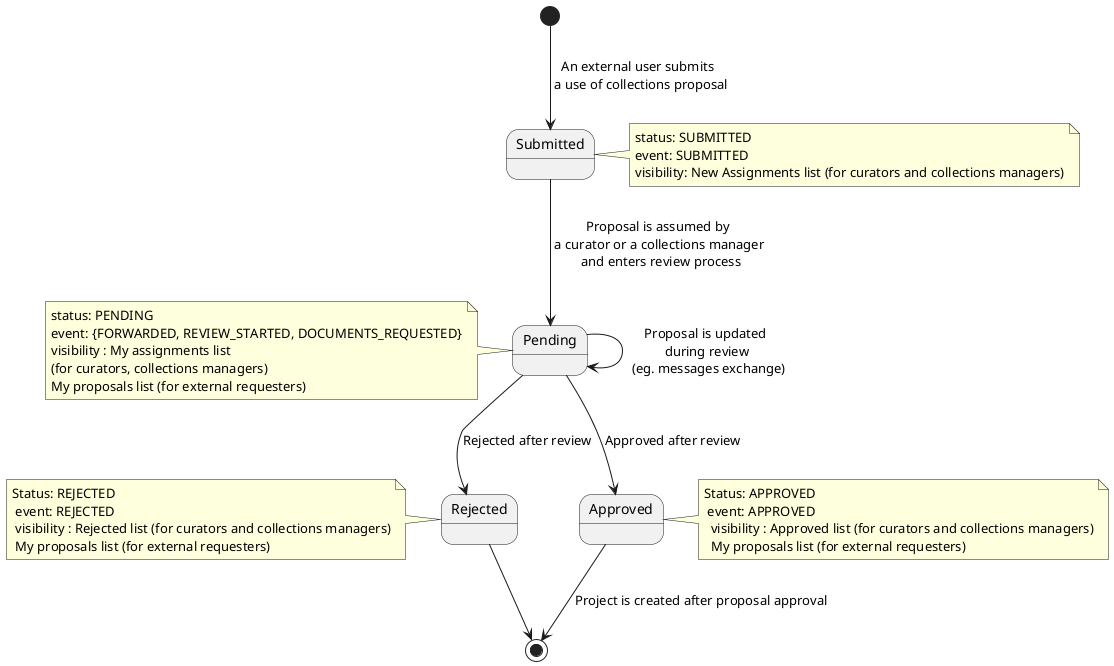
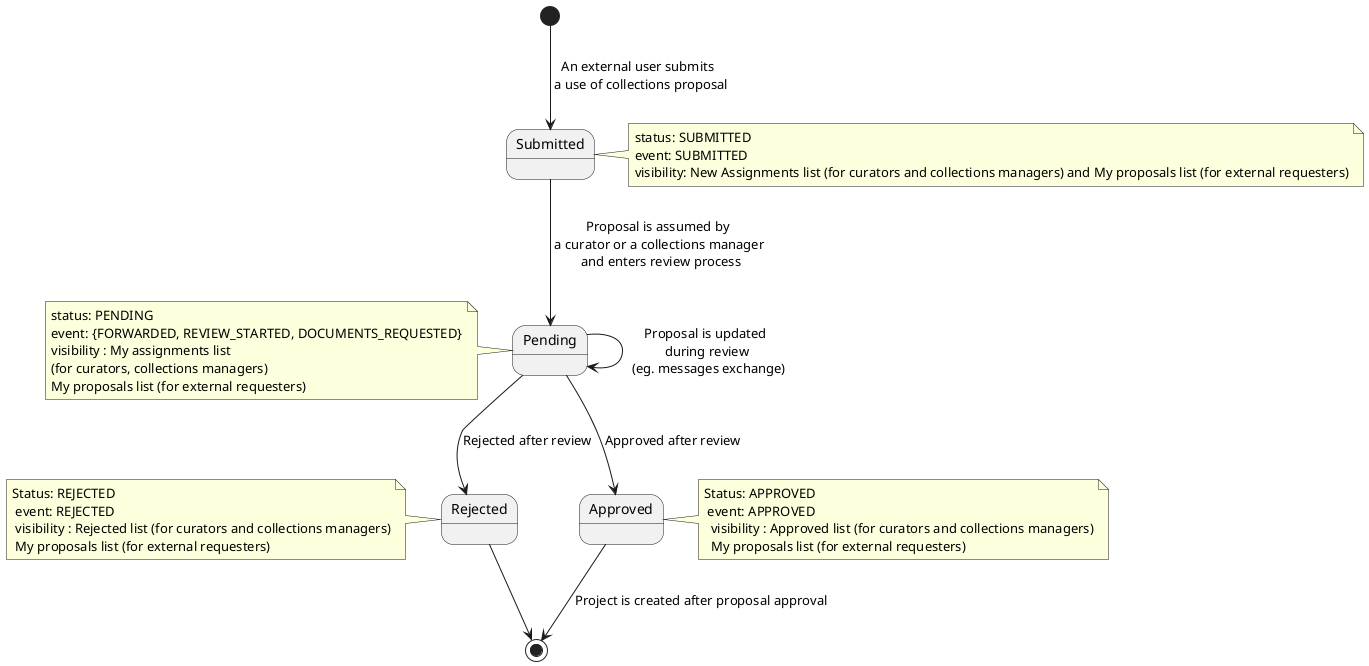
@startuml

  [*] --> Submitted : An external user submits \n a use of collections proposal
  note right of Submitted
    status: SUBMITTED
    event: SUBMITTED
-     visibility: New Assignments list (for curators and collections managers)
+     visibility: New Assignments list (for curators and collections managers) and My proposals list (for external requesters)
  end note

  Submitted --> Pending : Proposal is assumed by \n a curator or a collections manager \n and enters review process
  note left of Pending
      status: PENDING
      event: {FORWARDED, REVIEW_STARTED, DOCUMENTS_REQUESTED}
      visibility : My assignments list
      (for curators, collections managers)
      My proposals list (for external requesters)
   end note

  Pending --> Pending : Proposal is updated \n during review \n (eg. messages exchange)
  Pending --> Rejected : Rejected after review
  note left of Rejected
      Status: REJECTED
       event: REJECTED
       visibility : Rejected list (for curators and collections managers)
       My proposals list (for external requesters)
    end note

  Pending --> Approved : Approved after review
   note right of Approved
      Status: APPROVED
       event: APPROVED
        visibility : Approved list (for curators and collections managers)
        My proposals list (for external requesters)
    end note
  Approved --> [*] : Project is created after proposal approval
  Rejected --> [*]

@enduml
